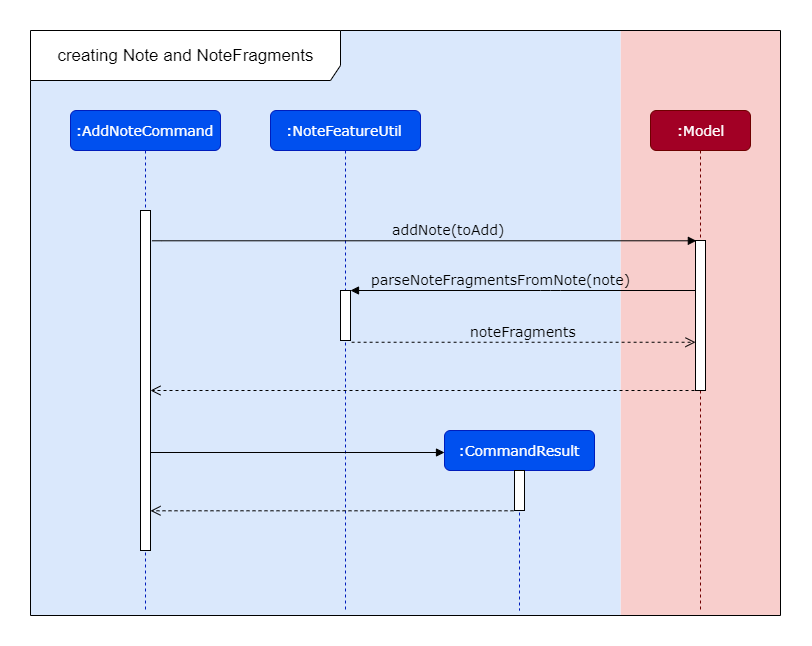
nus-cs2103-AY1920S1/addressbook-level3 keeps this draw.io diagram as docs/images/samDiagrams/AddNoteSequenceDiagramZoomedIn.png. Above is the earlier version. Source tidied: cells renumbered, new cells last; positions are measured from the earlier drawing's top-left corner, leaving out a move shared by most shapes.
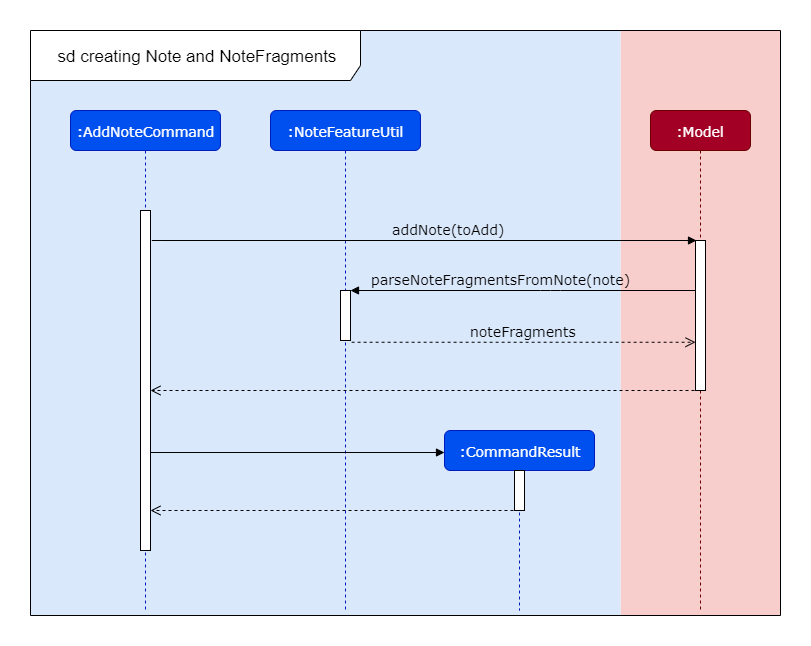
The same file after the commit.

Commit message:
Edit Note diagram.

Change to the diagram source:
```diff
@@ -8,7 +8,7 @@
     <mxCell id="3" style="rounded=0;whiteSpace=wrap;html=1;fillColor=#dae8fc;strokeColor=none;" parent="1" vertex="1">
       <mxGeometry width="590" height="585" as="geometry" />
     </mxCell>
-    <mxCell id="4" value="&lt;font style=&quot;font-size: 17px&quot;&gt;creating Note and NoteFragments&lt;/font&gt;" style="shape=umlFrame;whiteSpace=wrap;html=1;width=310;height=50;" parent="1" vertex="1">
+    <mxCell id="4" value="&lt;font style=&quot;font-size: 17px&quot;&gt;sd creating Note and NoteFragments&lt;/font&gt;" style="shape=umlFrame;whiteSpace=wrap;html=1;width=330;height=50;" parent="1" vertex="1">
       <mxGeometry width="750" height="585" as="geometry" />
     </mxCell>
     <mxCell id="5" value="&lt;font style=&quot;font-size: 14px&quot;&gt;:NoteFeatureUtil&lt;/font&gt;" style="shape=umlLifeline;perimeter=lifelinePerimeter;whiteSpace=wrap;html=1;rounded=1;shadow=0;comic=0;labelBackgroundColor=none;strokeWidth=1;fontFamily=Verdana;fontSize=12;align=center;fillColor=#0050ef;strokeColor=#001DBC;fontColor=#ffffff;" parent="1" vertex="1">
```
